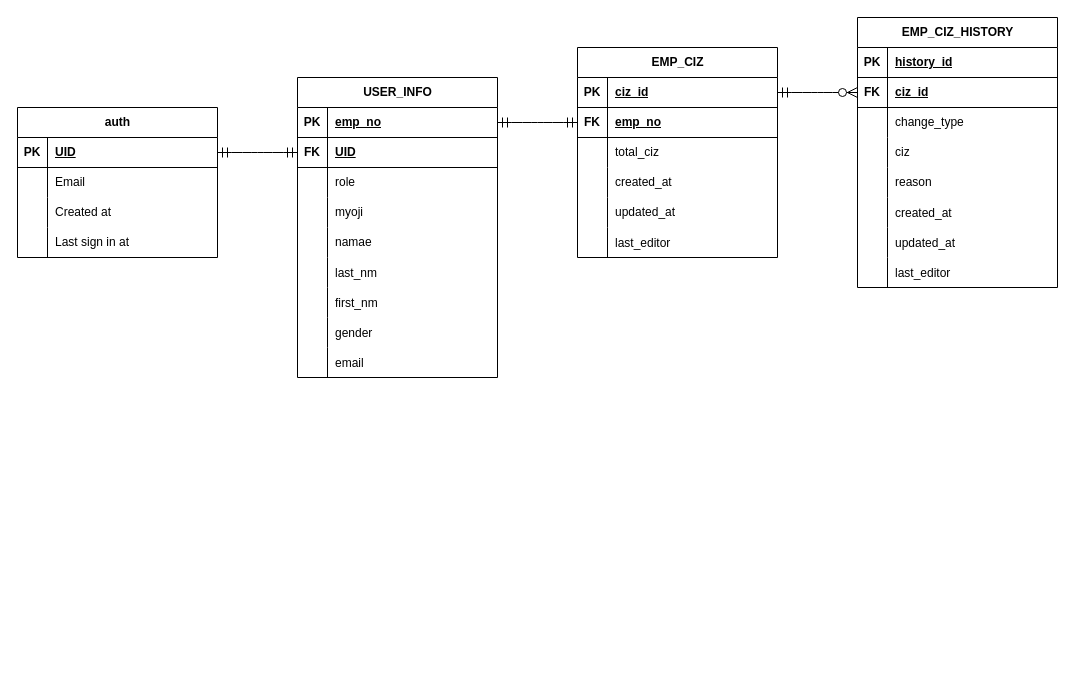
FumiyaOtokozawa/sopha keeps this draw.io diagram as sopha.drawio. Above is the earlier version. Source tidied: cells renumbered, new cells numbered last; positions are measured from the earlier drawing's top-left corner, leaving out a move shared by most shapes. Both pictures are drawn from the tidied source at 100%, with x=0, y=0 at pixel (17, 17).
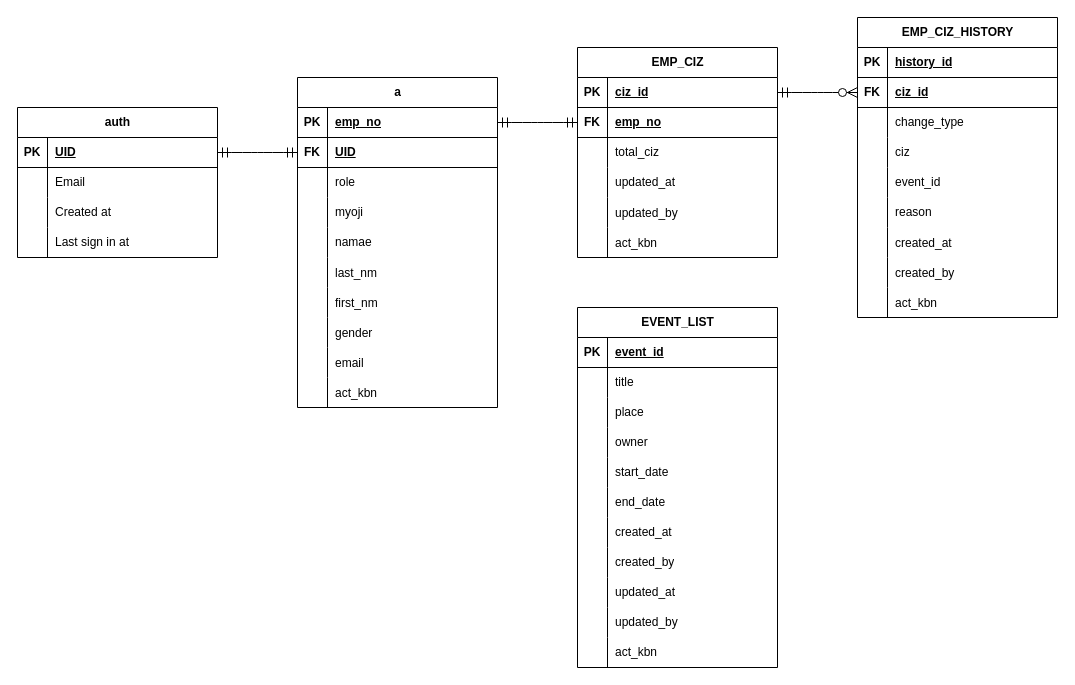
Above is the later version.

Commit message:
sopha.drawio を更新します

The change refers to these unchanged cells:
```xml
<mxCell id="44" value="EMP_CIZ" style="shape=table;startSize=30;childLayout=tableLayout;rowLines=0;fontStyle=1;align=center;html=1;" parent="1" vertex="1">
  <mxGeometry x="560" y="30" width="200" height="210" as="geometry" />
</mxCell>
<mxCell id="86" style="shape=tableRow;horizontal=0;startSize=0;swimlaneHead=0;swimlaneBody=0;fillColor=none;top=0;left=0;right=0;bottom=0;" parent="64" vertex="1">
  <mxGeometry y="240" width="200" height="30" as="geometry" />
</mxCell>
```

Change to the diagram source:
```diff
@@
-    <mxCell id="16" value="USER_INFO" style="shape=table;startSize=30;childLayout=tableLayout;rowLines=0;fontStyle=1;align=center;html=1;" parent="1" vertex="1">
-      <mxGeometry x="280" y="60" width="200" height="300" as="geometry" />
+    <mxCell id="16" value="a" style="shape=table;startSize=30;childLayout=tableLayout;rowLines=0;fontStyle=1;align=center;html=1;" parent="1" vertex="1">
+      <mxGeometry x="280" y="60" width="200" height="330" as="geometry" />
     </mxCell>
@@
+    <mxCell id="90" style="shape=tableRow;horizontal=0;startSize=0;swimlaneHead=0;swimlaneBody=0;fillColor=none;top=0;left=0;right=0;bottom=0;" parent="16" vertex="1">
+      <mxGeometry y="300" width="200" height="30" as="geometry" />
+    </mxCell>
+    <mxCell id="91" style="shape=partialRectangle;fillColor=none;top=0;left=0;bottom=0;right=0;overflow=hidden;" parent="90" vertex="1">
+      <mxGeometry width="30" height="30" as="geometry" />
+    </mxCell>
+    <mxCell id="92" value="act_kbn" style="shape=partialRectangle;fillColor=none;top=0;left=0;bottom=0;right=0;align=left;spacingLeft=6;overflow=hidden;" parent="90" vertex="1">
+      <mxGeometry x="30" width="170" height="30" as="geometry" />
+    </mxCell>
@@
-    <mxCell id="54" style="shape=tableRow;horizontal=0;startSize=0;swimlaneHead=0;swimlaneBody=0;fillColor=none;top=0;left=0;right=0;bottom=0;" parent="44" vertex="1">
-      <mxGeometry y="120" width="200" height="30" as="geometry" />
-    </mxCell>
-    <mxCell id="55" style="shape=partialRectangle;fillColor=none;top=0;left=0;bottom=0;right=0;overflow=hidden;whiteSpace=wrap;html=1;" parent="54" vertex="1">
-      <mxGeometry width="30" height="30" as="geometry" />
-    </mxCell>
-    <mxCell id="56" value="created_at" style="shape=partialRectangle;fillColor=none;top=0;left=0;bottom=0;right=0;align=left;spacingLeft=6;overflow=hidden;whiteSpace=wrap;html=1;" parent="54" vertex="1">
-      <mxGeometry x="30" width="170" height="30" as="geometry" />
-    </mxCell>
     <mxCell id="57" style="shape=tableRow;horizontal=0;startSize=0;swimlaneHead=0;swimlaneBody=0;fillColor=none;top=0;left=0;right=0;bottom=0;" parent="44" vertex="1">
-      <mxGeometry y="150" width="200" height="30" as="geometry" />
+      <mxGeometry y="120" width="200" height="30" as="geometry" />
     </mxCell>
@@
     <mxCell id="60" style="shape=tableRow;horizontal=0;startSize=0;swimlaneHead=0;swimlaneBody=0;fillColor=none;top=0;left=0;right=0;bottom=0;" parent="44" vertex="1">
-      <mxGeometry y="180" width="200" height="30" as="geometry" />
+      <mxGeometry y="150" width="200" height="30" as="geometry" />
     </mxCell>
@@
-    <mxCell id="62" value="last_editor" style="shape=partialRectangle;fillColor=none;top=0;left=0;bottom=0;right=0;align=left;spacingLeft=6;overflow=hidden;" parent="60" vertex="1">
+    <mxCell id="62" value="updated_by" style="shape=partialRectangle;fillColor=none;top=0;left=0;bottom=0;right=0;align=left;spacingLeft=6;overflow=hidden;" parent="60" vertex="1">
       <mxGeometry x="30" width="170" height="30" as="geometry" />
     </mxCell>
+    <mxCell id="93" style="shape=tableRow;horizontal=0;startSize=0;swimlaneHead=0;swimlaneBody=0;fillColor=none;top=0;left=0;right=0;bottom=0;" parent="44" vertex="1">
+      <mxGeometry y="180" width="200" height="30" as="geometry" />
+    </mxCell>
+    <mxCell id="94" style="shape=partialRectangle;fillColor=none;top=0;left=0;bottom=0;right=0;overflow=hidden;" parent="93" vertex="1">
+      <mxGeometry width="30" height="30" as="geometry" />
+    </mxCell>
+    <mxCell id="95" value="act_kbn" style="shape=partialRectangle;fillColor=none;top=0;left=0;bottom=0;right=0;align=left;spacingLeft=6;overflow=hidden;" parent="93" vertex="1">
+      <mxGeometry x="30" width="170" height="30" as="geometry" />
+    </mxCell>
@@
     <mxCell id="64" value="EMP_CIZ_HISTORY" style="shape=table;startSize=30;childLayout=tableLayout;rowLines=0;fontStyle=1;align=center;html=1;" parent="1" vertex="1">
-      <mxGeometry x="840" width="200" height="270" as="geometry" />
+      <mxGeometry x="840" width="200" height="300" as="geometry" />
     </mxCell>
@@
+    <mxCell id="96" style="shape=tableRow;horizontal=0;startSize=0;swimlaneHead=0;swimlaneBody=0;fillColor=none;top=0;left=0;right=0;bottom=0;" parent="64" vertex="1">
+      <mxGeometry y="150" width="200" height="30" as="geometry" />
+    </mxCell>
+    <mxCell id="97" style="shape=partialRectangle;fillColor=none;top=0;left=0;bottom=0;right=0;overflow=hidden;whiteSpace=wrap;html=1;" parent="96" vertex="1">
+      <mxGeometry width="30" height="30" as="geometry" />
+    </mxCell>
+    <mxCell id="98" value="event_id" style="shape=partialRectangle;fillColor=none;top=0;left=0;bottom=0;right=0;align=left;spacingLeft=6;overflow=hidden;whiteSpace=wrap;html=1;" parent="96" vertex="1">
+      <mxGeometry x="30" width="170" height="30" as="geometry" />
+    </mxCell>
     <mxCell id="77" style="shape=tableRow;horizontal=0;startSize=0;swimlaneHead=0;swimlaneBody=0;fillColor=none;top=0;left=0;right=0;bottom=0;" parent="64" vertex="1">
-      <mxGeometry y="150" width="200" height="30" as="geometry" />
+      <mxGeometry y="180" width="200" height="30" as="geometry" />
     </mxCell>
@@
     <mxCell id="80" style="shape=tableRow;horizontal=0;startSize=0;swimlaneHead=0;swimlaneBody=0;fillColor=none;top=0;left=0;right=0;bottom=0;" parent="64" vertex="1">
-      <mxGeometry y="180" width="200" height="30" as="geometry" />
+      <mxGeometry y="210" width="200" height="30" as="geometry" />
     </mxCell>
@@
-    <mxCell id="83" style="shape=tableRow;horizontal=0;startSize=0;swimlaneHead=0;swimlaneBody=0;fillColor=none;top=0;left=0;right=0;bottom=0;" parent="64" vertex="1">
-      <mxGeometry y="210" width="200" height="30" as="geometry" />
-    </mxCell>
-    <mxCell id="84" style="shape=partialRectangle;fillColor=none;top=0;left=0;bottom=0;right=0;overflow=hidden;" parent="83" vertex="1">
-      <mxGeometry width="30" height="30" as="geometry" />
-    </mxCell>
-    <mxCell id="85" value="updated_at" style="shape=partialRectangle;fillColor=none;top=0;left=0;bottom=0;right=0;align=left;spacingLeft=6;overflow=hidden;" parent="83" vertex="1">
-      <mxGeometry x="30" width="170" height="30" as="geometry" />
-    </mxCell>
@@
-    <mxCell id="88" value="last_editor" style="shape=partialRectangle;fillColor=none;top=0;left=0;bottom=0;right=0;align=left;spacingLeft=6;overflow=hidden;" parent="86" vertex="1">
+    <mxCell id="88" value="created_by" style="shape=partialRectangle;fillColor=none;top=0;left=0;bottom=0;right=0;align=left;spacingLeft=6;overflow=hidden;" parent="86" vertex="1">
       <mxGeometry x="30" width="170" height="30" as="geometry" />
     </mxCell>
+    <mxCell id="99" style="shape=tableRow;horizontal=0;startSize=0;swimlaneHead=0;swimlaneBody=0;fillColor=none;top=0;left=0;right=0;bottom=0;" parent="64" vertex="1">
+      <mxGeometry y="270" width="200" height="30" as="geometry" />
+    </mxCell>
+    <mxCell id="100" style="shape=partialRectangle;fillColor=none;top=0;left=0;bottom=0;right=0;overflow=hidden;" parent="99" vertex="1">
+      <mxGeometry width="30" height="30" as="geometry" />
+    </mxCell>
+    <mxCell id="101" value="act_kbn" style="shape=partialRectangle;fillColor=none;top=0;left=0;bottom=0;right=0;align=left;spacingLeft=6;overflow=hidden;" parent="99" vertex="1">
+      <mxGeometry x="30" width="170" height="30" as="geometry" />
+    </mxCell>
@@
+    <mxCell id="102" value="EVENT_LIST" style="shape=table;startSize=30;childLayout=tableLayout;rowLines=0;fontStyle=1;align=center;html=1;" parent="1" vertex="1">
+      <mxGeometry x="560" y="290" width="200" height="360" as="geometry" />
+    </mxCell>
+    <mxCell id="103" style="shape=tableRow;horizontal=0;startSize=0;swimlaneHead=0;swimlaneBody=0;fillColor=none;top=0;left=0;right=0;bottom=1;" parent="102" vertex="1">
+      <mxGeometry y="30" width="200" height="30" as="geometry" />
+    </mxCell>
+    <mxCell id="104" value="PK" style="shape=partialRectangle;fillColor=none;top=0;left=0;bottom=0;right=0;fontStyle=1;overflow=hidden;whiteSpace=wrap;html=1;" parent="103" vertex="1">
+      <mxGeometry width="30" height="30" as="geometry" />
+    </mxCell>
+    <mxCell id="105" value="event_id" style="shape=partialRectangle;fillColor=none;top=0;left=0;bottom=0;right=0;align=left;spacingLeft=6;fontStyle=5;overflow=hidden;whiteSpace=wrap;html=1;" parent="103" vertex="1">
+      <mxGeometry x="30" width="170" height="30" as="geometry" />
+    </mxCell>
+    <mxCell id="106" style="shape=tableRow;horizontal=0;startSize=0;swimlaneHead=0;swimlaneBody=0;fillColor=none;top=0;left=0;right=0;bottom=0;" parent="102" vertex="1">
+      <mxGeometry y="60" width="200" height="30" as="geometry" />
+    </mxCell>
+    <mxCell id="107" style="shape=partialRectangle;fillColor=none;top=0;left=0;bottom=0;right=0;overflow=hidden;whiteSpace=wrap;html=1;" parent="106" vertex="1">
+      <mxGeometry width="30" height="30" as="geometry" />
+    </mxCell>
+    <mxCell id="108" value="title" style="shape=partialRectangle;fillColor=none;top=0;left=0;bottom=0;right=0;align=left;spacingLeft=6;overflow=hidden;whiteSpace=wrap;html=1;" parent="106" vertex="1">
+      <mxGeometry x="30" width="170" height="30" as="geometry" />
+    </mxCell>
+    <mxCell id="109" style="shape=tableRow;horizontal=0;startSize=0;swimlaneHead=0;swimlaneBody=0;fillColor=none;top=0;left=0;right=0;bottom=0;" parent="102" vertex="1">
+      <mxGeometry y="90" width="200" height="30" as="geometry" />
+    </mxCell>
+    <mxCell id="110" style="shape=partialRectangle;fillColor=none;top=0;left=0;bottom=0;right=0;overflow=hidden;whiteSpace=wrap;html=1;" parent="109" vertex="1">
+      <mxGeometry width="30" height="30" as="geometry" />
+    </mxCell>
+    <mxCell id="111" value="place" style="shape=partialRectangle;fillColor=none;top=0;left=0;bottom=0;right=0;align=left;spacingLeft=6;overflow=hidden;whiteSpace=wrap;html=1;" parent="109" vertex="1">
+      <mxGeometry x="30" width="170" height="30" as="geometry" />
+    </mxCell>
+    <mxCell id="54" style="shape=tableRow;horizontal=0;startSize=0;swimlaneHead=0;swimlaneBody=0;fillColor=none;top=0;left=0;right=0;bottom=0;" parent="102" vertex="1">
+      <mxGeometry y="120" width="200" height="30" as="geometry" />
+    </mxCell>
+    <mxCell id="112" style="shape=partialRectangle;fillColor=none;top=0;left=0;bottom=0;right=0;overflow=hidden;whiteSpace=wrap;html=1;" parent="54" vertex="1">
+      <mxGeometry width="30" height="30" as="geometry" />
+    </mxCell>
+    <mxCell id="113" value="owner" style="shape=partialRectangle;fillColor=none;top=0;left=0;bottom=0;right=0;align=left;spacingLeft=6;overflow=hidden;whiteSpace=wrap;html=1;" parent="54" vertex="1">
+      <mxGeometry x="30" width="170" height="30" as="geometry" />
+    </mxCell>
+    <mxCell id="114" style="shape=tableRow;horizontal=0;startSize=0;swimlaneHead=0;swimlaneBody=0;fillColor=none;top=0;left=0;right=0;bottom=0;" parent="102" vertex="1">
+      <mxGeometry y="150" width="200" height="30" as="geometry" />
+    </mxCell>
+    <mxCell id="115" style="shape=partialRectangle;fillColor=none;top=0;left=0;bottom=0;right=0;overflow=hidden;whiteSpace=wrap;html=1;" parent="114" vertex="1">
+      <mxGeometry width="30" height="30" as="geometry" />
+    </mxCell>
+    <mxCell id="116" value="start_date" style="shape=partialRectangle;fillColor=none;top=0;left=0;bottom=0;right=0;align=left;spacingLeft=6;overflow=hidden;whiteSpace=wrap;html=1;" parent="114" vertex="1">
+      <mxGeometry x="30" width="170" height="30" as="geometry" />
+    </mxCell>
+    <mxCell id="117" style="shape=tableRow;horizontal=0;startSize=0;swimlaneHead=0;swimlaneBody=0;fillColor=none;top=0;left=0;right=0;bottom=0;" parent="102" vertex="1">
+      <mxGeometry y="180" width="200" height="30" as="geometry" />
+    </mxCell>
+    <mxCell id="118" style="shape=partialRectangle;fillColor=none;top=0;left=0;bottom=0;right=0;overflow=hidden;whiteSpace=wrap;html=1;" parent="117" vertex="1">
+      <mxGeometry width="30" height="30" as="geometry" />
+    </mxCell>
+    <mxCell id="119" value="end_date" style="shape=partialRectangle;fillColor=none;top=0;left=0;bottom=0;right=0;align=left;spacingLeft=6;overflow=hidden;whiteSpace=wrap;html=1;" parent="117" vertex="1">
+      <mxGeometry x="30" width="170" height="30" as="geometry" />
+    </mxCell>
+    <mxCell id="83" style="shape=tableRow;horizontal=0;startSize=0;swimlaneHead=0;swimlaneBody=0;fillColor=none;top=0;left=0;right=0;bottom=0;" parent="102" vertex="1">
+      <mxGeometry y="210" width="200" height="30" as="geometry" />
+    </mxCell>
+    <mxCell id="120" style="shape=partialRectangle;fillColor=none;top=0;left=0;bottom=0;right=0;overflow=hidden;whiteSpace=wrap;html=1;" parent="83" vertex="1">
+      <mxGeometry width="30" height="30" as="geometry" />
+    </mxCell>
+    <mxCell id="56" value="created_at" style="shape=partialRectangle;fillColor=none;top=0;left=0;bottom=0;right=0;align=left;spacingLeft=6;overflow=hidden;whiteSpace=wrap;html=1;" parent="83" vertex="1">
+      <mxGeometry x="30" width="170" height="30" as="geometry" />
+    </mxCell>
+    <mxCell id="121" style="shape=tableRow;horizontal=0;startSize=0;swimlaneHead=0;swimlaneBody=0;fillColor=none;top=0;left=0;right=0;bottom=0;" parent="102" vertex="1">
+      <mxGeometry y="240" width="200" height="30" as="geometry" />
+    </mxCell>
+    <mxCell id="122" style="shape=partialRectangle;fillColor=none;top=0;left=0;bottom=0;right=0;overflow=hidden;whiteSpace=wrap;html=1;" parent="121" vertex="1">
+      <mxGeometry width="30" height="30" as="geometry" />
+    </mxCell>
+    <mxCell id="123" value="created_by" style="shape=partialRectangle;fillColor=none;top=0;left=0;bottom=0;right=0;align=left;spacingLeft=6;overflow=hidden;whiteSpace=wrap;html=1;" parent="121" vertex="1">
+      <mxGeometry x="30" width="170" height="30" as="geometry" />
+    </mxCell>
+    <mxCell id="124" style="shape=tableRow;horizontal=0;startSize=0;swimlaneHead=0;swimlaneBody=0;fillColor=none;top=0;left=0;right=0;bottom=0;" parent="102" vertex="1">
+      <mxGeometry y="270" width="200" height="30" as="geometry" />
+    </mxCell>
+    <mxCell id="125" style="shape=partialRectangle;fillColor=none;top=0;left=0;bottom=0;right=0;overflow=hidden;whiteSpace=wrap;html=1;" parent="124" vertex="1">
+      <mxGeometry width="30" height="30" as="geometry" />
+    </mxCell>
+    <mxCell id="85" value="updated_at" style="shape=partialRectangle;fillColor=none;top=0;left=0;bottom=0;right=0;align=left;spacingLeft=6;overflow=hidden;whiteSpace=wrap;html=1;" parent="124" vertex="1">
+      <mxGeometry x="30" width="170" height="30" as="geometry" />
+    </mxCell>
+    <mxCell id="126" style="shape=tableRow;horizontal=0;startSize=0;swimlaneHead=0;swimlaneBody=0;fillColor=none;top=0;left=0;right=0;bottom=0;" parent="102" vertex="1">
+      <mxGeometry y="300" width="200" height="30" as="geometry" />
+    </mxCell>
+    <mxCell id="127" style="shape=partialRectangle;fillColor=none;top=0;left=0;bottom=0;right=0;overflow=hidden;whiteSpace=wrap;html=1;" parent="126" vertex="1">
+      <mxGeometry width="30" height="30" as="geometry" />
+    </mxCell>
+    <mxCell id="128" value="updated_by" style="shape=partialRectangle;fillColor=none;top=0;left=0;bottom=0;right=0;align=left;spacingLeft=6;overflow=hidden;whiteSpace=wrap;html=1;" parent="126" vertex="1">
+      <mxGeometry x="30" width="170" height="30" as="geometry" />
+    </mxCell>
+    <mxCell id="129" style="shape=tableRow;horizontal=0;startSize=0;swimlaneHead=0;swimlaneBody=0;fillColor=none;top=0;left=0;right=0;bottom=0;" parent="102" vertex="1">
+      <mxGeometry y="330" width="200" height="30" as="geometry" />
+    </mxCell>
+    <mxCell id="130" style="shape=partialRectangle;fillColor=none;top=0;left=0;bottom=0;right=0;overflow=hidden;whiteSpace=wrap;html=1;" parent="129" vertex="1">
+      <mxGeometry width="30" height="30" as="geometry" />
+    </mxCell>
+    <mxCell id="131" value="act_kbn" style="shape=partialRectangle;fillColor=none;top=0;left=0;bottom=0;right=0;align=left;spacingLeft=6;overflow=hidden;whiteSpace=wrap;html=1;" parent="129" vertex="1">
+      <mxGeometry x="30" width="170" height="30" as="geometry" />
+    </mxCell>
```
